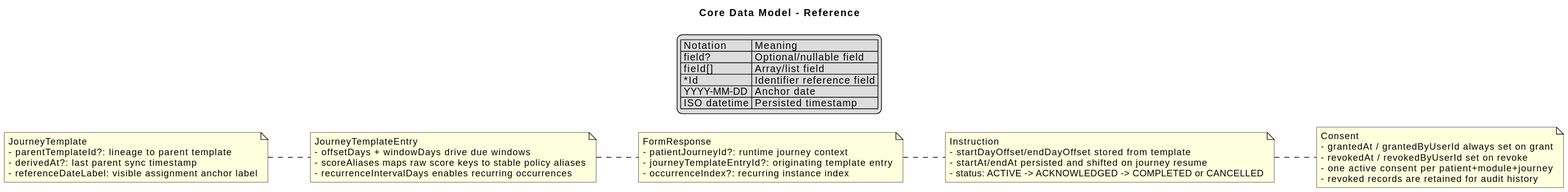
Above: docs/diagrams/core-data-model-reference.svg in gforge/DUK (PlantUML), before the change. The source it was exported from:
```plantuml
@startuml

title Core Data Model - Reference

left to right direction
skinparam shadowing false
skinparam linetype ortho

legend top
  | Notation | Meaning |
  | field? | Optional/nullable field |
  | field[] | Array/list field |
  | *Id | Identifier reference field |
  | YYYY-MM-DD | Anchor date |
  | ISO datetime | Persisted timestamp |
endlegend

note as JourneyTemplateRef
JourneyTemplate
- parentTemplateId?: lineage to parent template
- derivedAt?: last parent sync timestamp
- referenceDateLabel: visible assignment anchor label
end note

note as JourneyEntryRef
JourneyTemplateEntry
- offsetDays + windowDays drive due windows
- scoreAliases maps raw score keys to stable policy aliases
- recurrenceIntervalDays enables recurring occurrences
end note

note as FormResponseRef
FormResponse
- patientJourneyId?: runtime journey context
- journeyTemplateEntryId?: originating template entry
- occurrenceIndex?: recurring instance index
end note

note as ConsentRef
Consent
- grantedAt / grantedByUserId always set on grant
- revokedAt / revokedByUserId set on revoke
- one active consent per patient+module+journey
- revoked records are retained for audit history
end note

note as InstructionRef
Instruction
- startDayOffset/endDayOffset stored from template
- startAt/endAt persisted and shifted on journey resume
- status: ACTIVE -> ACKNOWLEDGED -> COMPLETED or CANCELLED
end note

JourneyTemplateRef .. JourneyEntryRef
JourneyEntryRef .. FormResponseRef
FormResponseRef .. InstructionRef
InstructionRef .. ConsentRef
@enduml
```
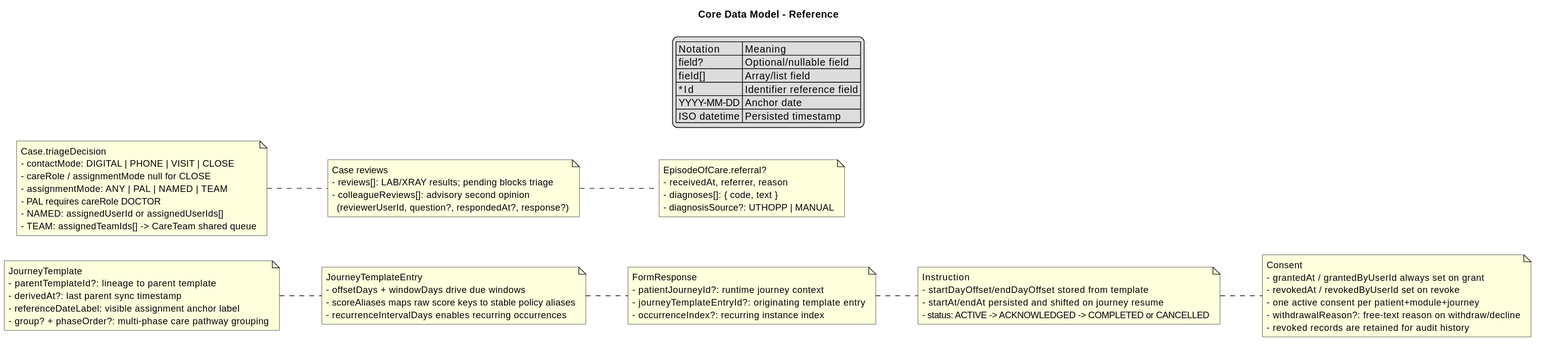
Above is the later version.

Diff of the diagram source:
```diff
@@ -20,6 +20,7 @@
 - parentTemplateId?: lineage to parent template
 - derivedAt?: last parent sync timestamp
 - referenceDateLabel: visible assignment anchor label
+- group? + phaseOrder?: multi-phase care pathway grouping
 end note
 
 note as JourneyEntryRef
@@ -41,7 +42,32 @@
 - grantedAt / grantedByUserId always set on grant
 - revokedAt / revokedByUserId set on revoke
 - one active consent per patient+module+journey
+- withdrawalReason?: free-text reason on withdraw/decline
 - revoked records are retained for audit history
+end note
+
+note as TriageDecisionRef
+Case.triageDecision
+- contactMode: DIGITAL | PHONE | VISIT | CLOSE
+- careRole / assignmentMode null for CLOSE
+- assignmentMode: ANY | PAL | NAMED | TEAM
+- PAL requires careRole DOCTOR
+- NAMED: assignedUserId or assignedUserIds[]
+- TEAM: assignedTeamIds[] -> CareTeam shared queue
+end note
+
+note as CaseReviewRef
+Case reviews
+- reviews[]: LAB/XRAY results; pending blocks triage
+- colleagueReviews[]: advisory second opinion
+  (reviewerUserId, question?, respondedAt?, response?)
+end note
+
+note as ReferralRef
+EpisodeOfCare.referral?
+- receivedAt, referrer, reason
+- diagnoses[]: { code, text }
+- diagnosisSource?: UTHOPP | MANUAL
 end note
 
 note as InstructionRef
@@ -55,4 +81,6 @@
 JourneyEntryRef .. FormResponseRef
 FormResponseRef .. InstructionRef
 InstructionRef .. ConsentRef
+TriageDecisionRef .. CaseReviewRef
+CaseReviewRef .. ReferralRef
 @enduml
```
